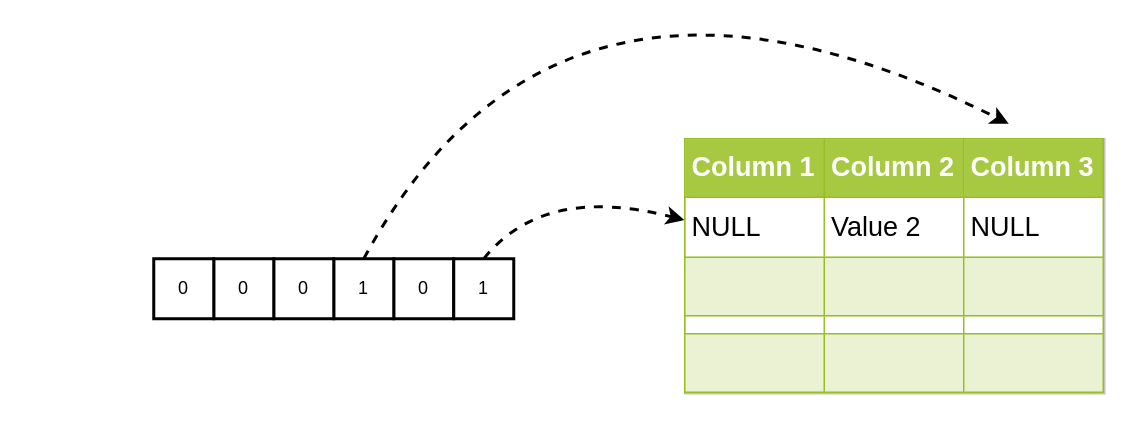
This is compact.drawio from auula/draw.io, a draw.io file, before an edit. Source tidied: cells renumbered, new cells numbered last; positions are measured from the earlier drawing's top-left corner, leaving out a move shared by most shapes. Both pictures are drawn from the tidied source at 150%, with x=0, y=0 at pixel (153, -102).
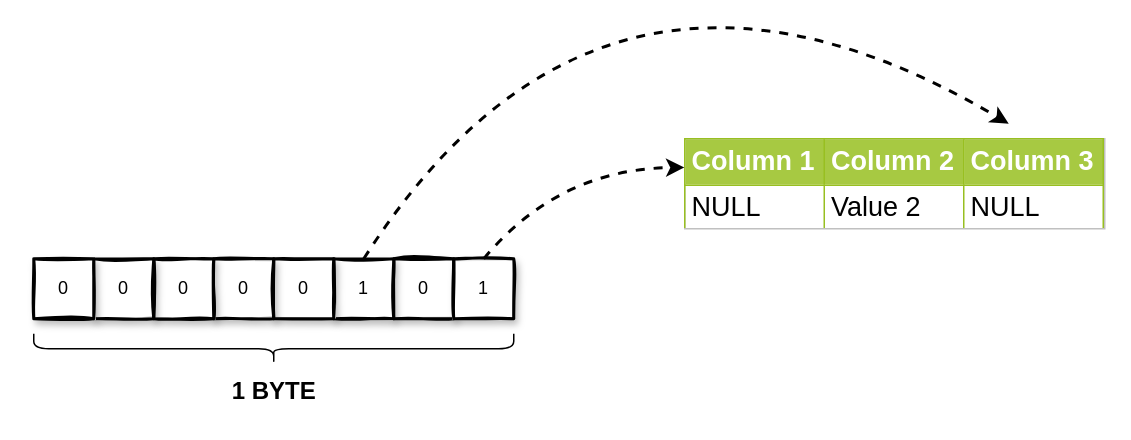
Above is the later version.

Diff of the diagram source:
```diff
@@
 <mxGraphModel>
   <root>
     <mxCell id="0" />
     <mxCell id="1" parent="0" />
-    <mxCell id="2" value="0" style="rounded=0;whiteSpace=wrap;html=1;strokeWidth=2;" parent="1" vertex="1">
+    <mxCell id="2" value="0" style="rounded=0;whiteSpace=wrap;html=1;strokeWidth=2;shadow=1;sketch=1;" parent="1" vertex="1">
       <mxGeometry x="160" y="240" width="40" height="40" as="geometry" />
     </mxCell>
-    <mxCell id="3" value="1" style="rounded=0;whiteSpace=wrap;html=1;strokeWidth=2;" parent="1" vertex="1">
+    <mxCell id="3" value="1" style="rounded=0;whiteSpace=wrap;html=1;strokeWidth=2;shadow=1;sketch=1;" parent="1" vertex="1">
       <mxGeometry x="120" y="240" width="40" height="40" as="geometry" />
     </mxCell>
-    <mxCell id="4" value="0" style="rounded=0;whiteSpace=wrap;html=1;strokeWidth=2;" parent="1" vertex="1">
+    <mxCell id="4" value="0" style="rounded=0;whiteSpace=wrap;html=1;strokeWidth=2;shadow=1;sketch=1;" parent="1" vertex="1">
       <mxGeometry x="80" y="240" width="40" height="40" as="geometry" />
     </mxCell>
-    <mxCell id="5" value="0" style="rounded=0;whiteSpace=wrap;html=1;strokeWidth=2;" parent="1" vertex="1">
+    <mxCell id="5" value="0" style="rounded=0;whiteSpace=wrap;html=1;strokeWidth=2;shadow=1;sketch=1;" parent="1" vertex="1">
       <mxGeometry x="40" y="240" width="40" height="40" as="geometry" />
     </mxCell>
-    <mxCell id="6" value="0" style="rounded=0;whiteSpace=wrap;html=1;strokeWidth=2;" parent="1" vertex="1">
+    <mxCell id="6" value="0" style="rounded=0;whiteSpace=wrap;html=1;strokeWidth=2;shadow=1;sketch=1;" parent="1" vertex="1">
       <mxGeometry y="240" width="40" height="40" as="geometry" />
     </mxCell>
-    <mxCell id="7" value="1" style="rounded=0;whiteSpace=wrap;html=1;strokeWidth=2;" parent="1" vertex="1">
+    <mxCell id="7" value="1" style="rounded=0;whiteSpace=wrap;html=1;strokeWidth=2;shadow=1;sketch=1;" parent="1" vertex="1">
       <mxGeometry x="200" y="240" width="40" height="40" as="geometry" />
     </mxCell>
-    <mxCell id="8" value="&lt;table border=&quot;1&quot; width=&quot;100%&quot; height=&quot;100%&quot; cellpadding=&quot;4&quot; style=&quot;width:100%;height:100%;border-collapse:collapse;&quot;&gt;&lt;tbody style=&quot;font-size: 18px;&quot;&gt;&lt;tr style=&quot;background-color:#A7C942;color:#ffffff;border:1px solid #98bf21;&quot;&gt;&lt;th align=&quot;left&quot;&gt;Column 1&lt;/th&gt;&lt;th align=&quot;left&quot;&gt;Column 2&lt;/th&gt;&lt;th align=&quot;left&quot;&gt;Column 3&lt;/th&gt;&lt;/tr&gt;&lt;tr style=&quot;border:1px solid #98bf21;&quot;&gt;&lt;td&gt;NULL&lt;/td&gt;&lt;td&gt;Value 2&lt;/td&gt;&lt;td&gt;NULL&lt;/td&gt;&lt;/tr&gt;&lt;tr style=&quot;background-color:#EAF2D3;border:1px solid #98bf21;&quot;&gt;&lt;td&gt;&lt;br&gt;&lt;/td&gt;&lt;td&gt;&lt;/td&gt;&lt;td&gt;&lt;/td&gt;&lt;/tr&gt;&lt;tr style=&quot;border:1px solid #98bf21;&quot;&gt;&lt;td&gt;&lt;/td&gt;&lt;td&gt;&lt;/td&gt;&lt;td&gt;&lt;/td&gt;&lt;/tr&gt;&lt;tr style=&quot;background-color:#EAF2D3;border:1px solid #98bf21;&quot;&gt;&lt;td&gt;&lt;/td&gt;&lt;td&gt;&lt;/td&gt;&lt;td&gt;&lt;br&gt;&lt;/td&gt;&lt;/tr&gt;&lt;/tbody&gt;&lt;/table&gt;" style="text;html=1;strokeColor=#c0c0c0;fillColor=#ffffff;overflow=fill;rounded=0;" parent="1" vertex="1">
-      <mxGeometry x="354" y="160" width="280" height="170" as="geometry" />
+    <mxCell id="8" value="&lt;table border=&quot;1&quot; width=&quot;100%&quot; height=&quot;100%&quot; cellpadding=&quot;4&quot; style=&quot;width:100%;height:100%;border-collapse:collapse;&quot;&gt;&lt;tbody style=&quot;font-size: 18px;&quot;&gt;&lt;tr style=&quot;background-color:#A7C942;color:#ffffff;border:1px solid #98bf21;&quot;&gt;&lt;th align=&quot;left&quot;&gt;Column 1&lt;/th&gt;&lt;th align=&quot;left&quot;&gt;Column 2&lt;/th&gt;&lt;th align=&quot;left&quot;&gt;Column 3&lt;/th&gt;&lt;/tr&gt;&lt;tr style=&quot;border:1px solid #98bf21;&quot;&gt;&lt;td&gt;NULL&lt;/td&gt;&lt;td&gt;Value 2&lt;/td&gt;&lt;td&gt;NULL&lt;/td&gt;&lt;/tr&gt;&lt;tr style=&quot;background-color:#EAF2D3;border:1px solid #98bf21;&quot;&gt;&lt;td&gt;&lt;br&gt;&lt;/td&gt;&lt;td&gt;&lt;/td&gt;&lt;td&gt;&lt;/td&gt;&lt;/tr&gt;&lt;tr style=&quot;border:1px solid #98bf21;&quot;&gt;&lt;td&gt;&lt;/td&gt;&lt;td&gt;&lt;/td&gt;&lt;td&gt;&lt;/td&gt;&lt;/tr&gt;&lt;tr style=&quot;background-color:#EAF2D3;border:1px solid #98bf21;&quot;&gt;&lt;td&gt;&lt;/td&gt;&lt;td&gt;&lt;/td&gt;&lt;td&gt;&lt;br&gt;&lt;/td&gt;&lt;/tr&gt;&lt;/tbody&gt;&lt;/table&gt;" style="text;html=1;strokeColor=#c0c0c0;fillColor=#ffffff;overflow=fill;rounded=0;sketch=0;" parent="1" vertex="1">
+      <mxGeometry x="354" y="160" width="280" height="60" as="geometry" />
     </mxCell>
     <mxCell id="9" style="curved=1;endArrow=classic;html=1;rounded=0;fontSize=18;exitX=0.5;exitY=0;exitDx=0;exitDy=0;strokeWidth=2;dashed=1;" parent="1" edge="1" source="3">
       <mxGeometry relative="1" as="geometry">
         <mxPoint x="570" y="150" as="targetPoint" />
         <Array as="points">
-          <mxPoint x="270" />
+          <mxPoint x="300" y="-10" />
         </Array>
       </mxGeometry>
     </mxCell>
     <mxCell id="10" style="curved=1;endArrow=classic;html=1;rounded=0;fontSize=18;entryX=-0.001;entryY=0.319;entryDx=0;entryDy=0;entryPerimeter=0;exitX=0.5;exitY=0;exitDx=0;exitDy=0;strokeWidth=2;dashed=1;" parent="1" edge="1" source="7" target="8">
       <mxGeometry relative="1" as="geometry">
         <Array as="points">
-          <mxPoint x="260" y="190" />
+          <mxPoint x="270" y="180" />
         </Array>
       </mxGeometry>
     </mxCell>
+    <mxCell id="11" value="0" style="rounded=0;whiteSpace=wrap;html=1;strokeWidth=2;shadow=1;sketch=1;" parent="1" vertex="1">
+      <mxGeometry x="-40" y="240" width="40" height="40" as="geometry" />
+    </mxCell>
+    <mxCell id="12" value="0" style="rounded=0;whiteSpace=wrap;html=1;strokeWidth=2;shadow=1;sketch=1;" parent="1" vertex="1">
+      <mxGeometry x="-80" y="240" width="40" height="40" as="geometry" />
+    </mxCell>
+    <mxCell id="13" style="shape=curlyBracket;whiteSpace=wrap;html=1;rounded=1;rotation=-90;" parent="1" vertex="1">
+      <mxGeometry x="70" y="140" width="20" height="320" as="geometry" />
+    </mxCell>
+    <mxCell id="14" value="&lt;b&gt;&lt;font style=&quot;font-size: 16px;&quot;&gt;1 BYTE&lt;/font&gt;&lt;/b&gt;" style="text;html=1;align=center;verticalAlign=middle;strokeColor=none;fillColor=none;" parent="1" vertex="1">
+      <mxGeometry x="40" y="313" width="80" height="30" as="geometry" />
+    </mxCell>
   </root>
 </mxGraphModel>
```
